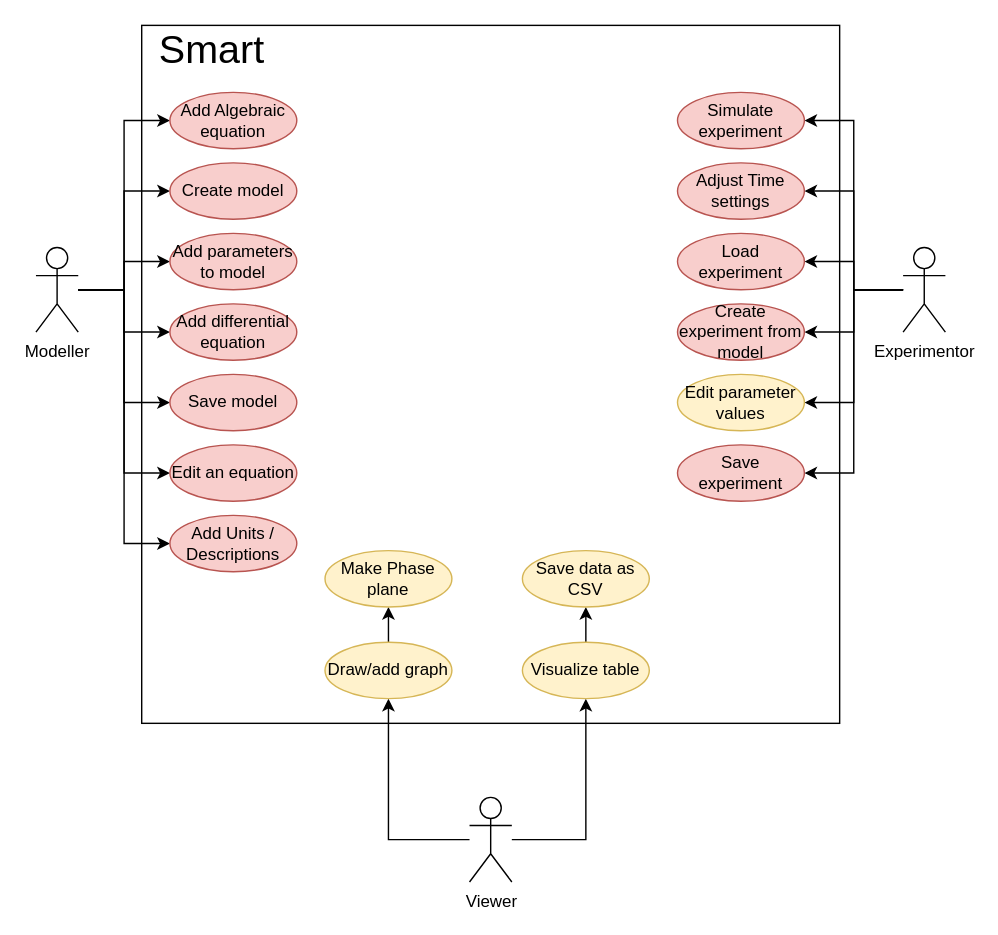
Earlier version of the draw.io diagram docs/src/SMART_usecasediagram.drawio (danielambrosius/SMARTV2). Source tidied: cells renumbered, new cells numbered last; positions are measured from the earlier drawing's top-left corner, leaving out a move shared by most shapes. Both pictures are drawn from the tidied source at 141%, with x=0, y=0 at pixel (35, 24).
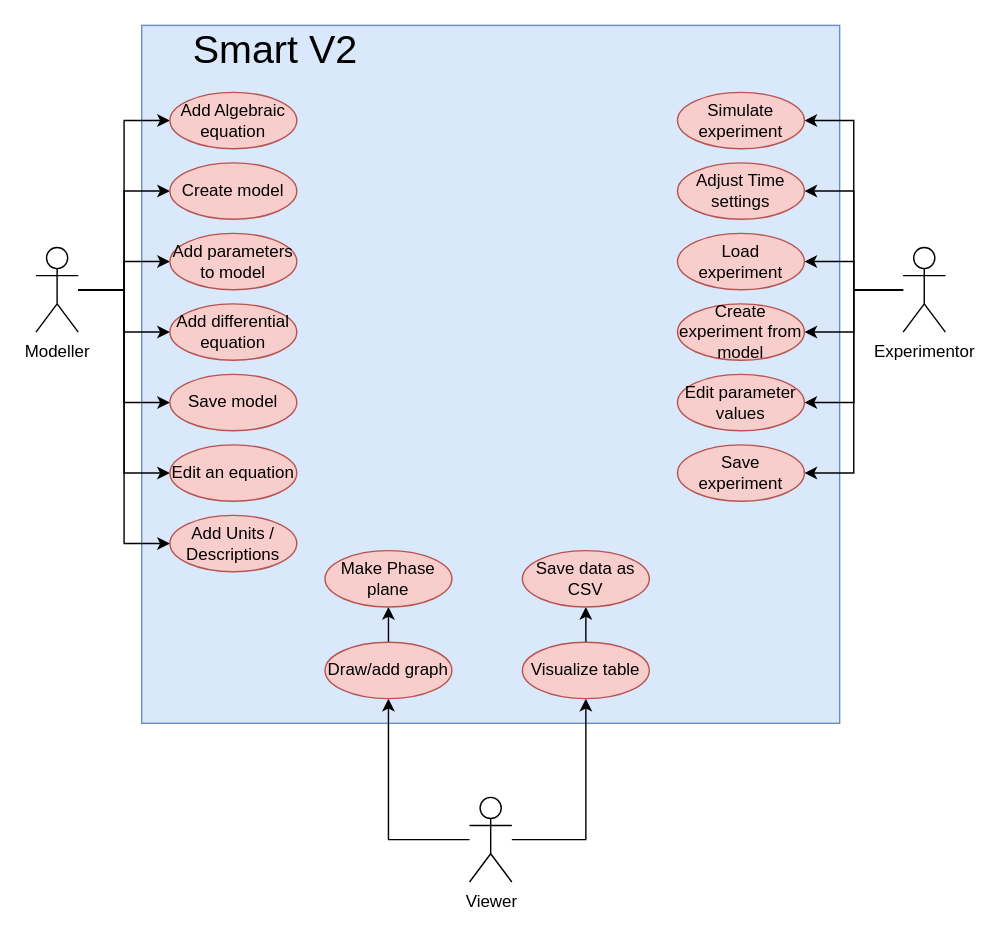
Above is the later version.

Commit message (it also covers changes not shown here):
DP DS: edited the use case diagram.

What changed in the source:
```diff
@@
-    <mxCell id="2" style="whiteSpace=wrap;html=1;" parent="1" vertex="1">
+    <mxCell id="2" style="whiteSpace=wrap;html=1;fillColor=#dae8fc;strokeColor=#6c8ebf;" parent="1" vertex="1">
       <mxGeometry x="75" y="0.5" width="495" height="495" as="geometry" />
     </mxCell>
@@
-    <mxCell id="21" value="&lt;font style=&quot;font-size: 28px&quot;&gt;Smart &lt;/font&gt;" style="text;html=1;strokeColor=none;fillColor=none;align=center;verticalAlign=middle;whiteSpace=wrap;rounded=0;" parent="1" vertex="1">
-      <mxGeometry x="105" y="8" width="40" height="20" as="geometry" />
+    <mxCell id="21" value="&lt;font style=&quot;font-size: 28px&quot;&gt;Smart V2&lt;/font&gt;" style="text;html=1;strokeColor=none;fillColor=none;align=center;verticalAlign=middle;whiteSpace=wrap;rounded=0;" parent="1" vertex="1">
+      <mxGeometry x="105" y="8" width="130" height="20" as="geometry" />
     </mxCell>
@@
-    <mxCell id="26" value="Edit parameter values" style="ellipse;whiteSpace=wrap;html=1;fillColor=#fff2cc;strokeColor=#d6b656;" parent="1" vertex="1">
+    <mxCell id="26" value="Edit parameter values" style="ellipse;whiteSpace=wrap;html=1;fillColor=#f8cecc;strokeColor=#b85450;" parent="1" vertex="1">
       <mxGeometry x="455" y="248" width="90" height="40" as="geometry" />
     </mxCell>
@@
-    <mxCell id="30" value="Visualize table" style="ellipse;whiteSpace=wrap;html=1;fillColor=#fff2cc;strokeColor=#d6b656;" parent="1" vertex="1">
+    <mxCell id="30" value="Visualize table" style="ellipse;whiteSpace=wrap;html=1;fillColor=#f8cecc;strokeColor=#b85450;" parent="1" vertex="1">
       <mxGeometry x="345" y="438" width="90" height="40" as="geometry" />
     </mxCell>
@@
-    <mxCell id="33" value="Draw/add graph" style="ellipse;whiteSpace=wrap;html=1;fillColor=#fff2cc;strokeColor=#d6b656;" parent="1" vertex="1">
+    <mxCell id="33" value="Draw/add graph" style="ellipse;whiteSpace=wrap;html=1;fillColor=#f8cecc;strokeColor=#b85450;" parent="1" vertex="1">
       <mxGeometry x="205" y="438" width="90" height="40" as="geometry" />
     </mxCell>
@@
-    <mxCell id="35" value="Make Phase plane" style="ellipse;whiteSpace=wrap;html=1;fillColor=#fff2cc;strokeColor=#d6b656;" parent="1" vertex="1">
+    <mxCell id="35" value="Make Phase plane" style="ellipse;whiteSpace=wrap;html=1;fillColor=#f8cecc;strokeColor=#b85450;" parent="1" vertex="1">
       <mxGeometry x="205" y="373" width="90" height="40" as="geometry" />
     </mxCell>
-    <mxCell id="36" value="Save data as CSV" style="ellipse;whiteSpace=wrap;html=1;fillColor=#fff2cc;strokeColor=#d6b656;" parent="1" vertex="1">
+    <mxCell id="36" value="Save data as CSV" style="ellipse;whiteSpace=wrap;html=1;fillColor=#f8cecc;strokeColor=#b85450;" parent="1" vertex="1">
       <mxGeometry x="345" y="373" width="90" height="40" as="geometry" />
     </mxCell>
```
